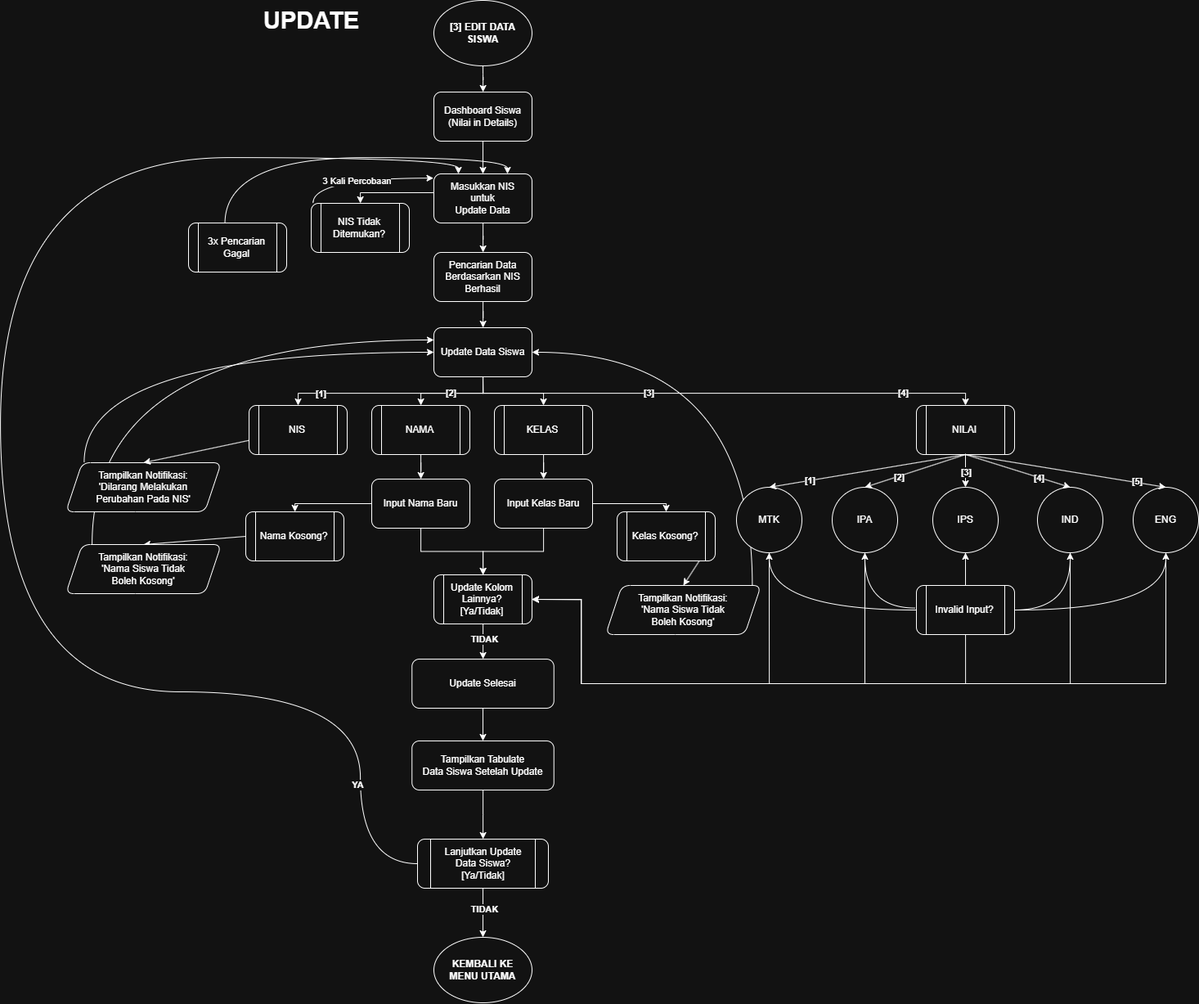
bonifasiusx/capstone-python-crud keeps this draw.io diagram as flowcharts/UPDATE_flowchart.png. Above is the earlier version. Source tidied: cells renumbered, new cells last; positions are measured from the earlier drawing's top-left corner, leaving out a move shared by most shapes.
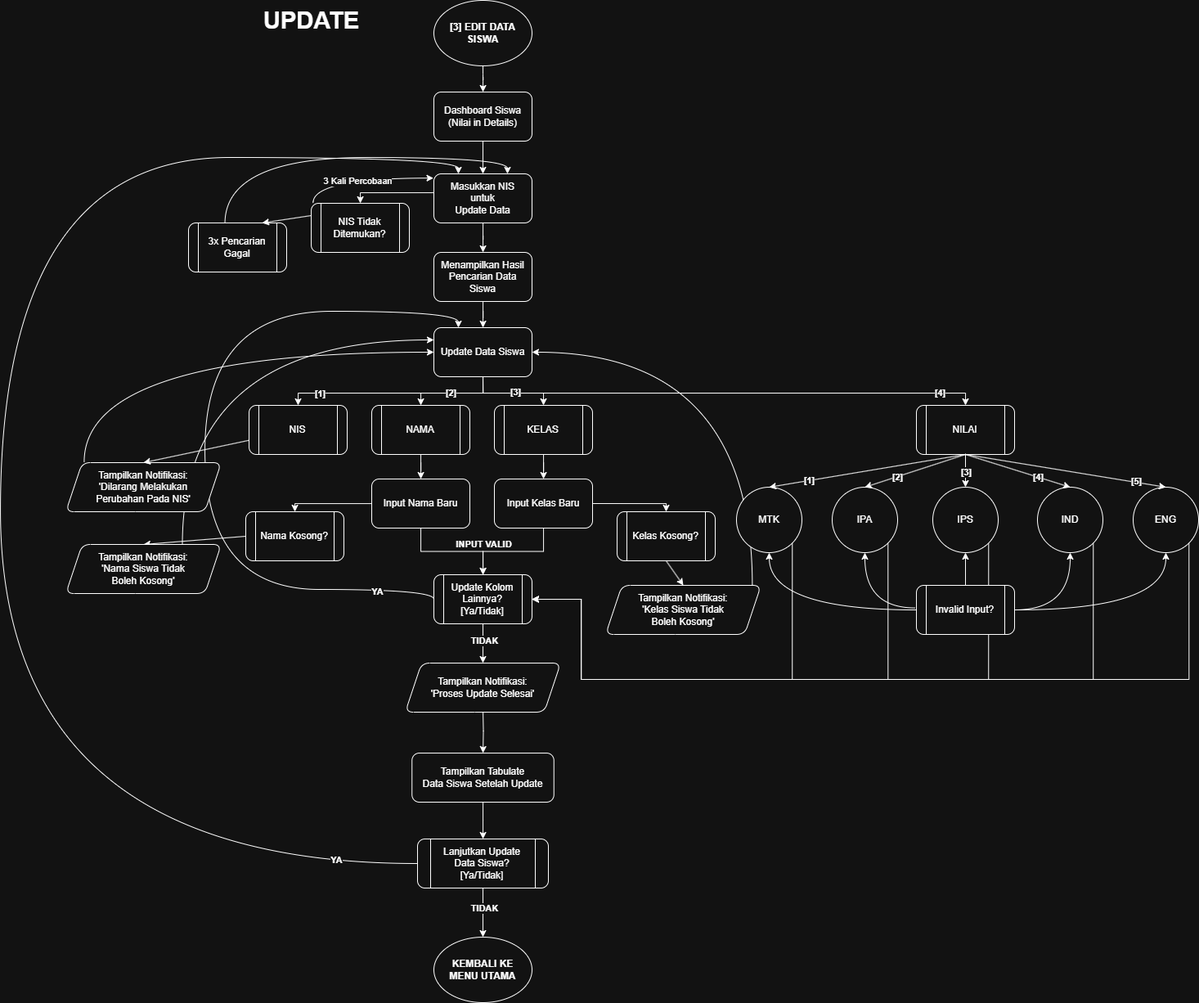
After the change.

The edit, as a diff of the source:
```diff
@@ -2,16 +2,29 @@
   <root>
     <mxCell id="0" />
     <mxCell id="1" parent="0" />
+    <mxCell id="88" style="rounded=0;jettySize=auto;html=1;entryX=0.25;entryY=0;entryDx=0;entryDy=0;exitX=0;exitY=0.5;exitDx=0;exitDy=0;edgeStyle=orthogonalEdgeStyle;curved=1;" parent="1" edge="1" source="46" target="20">
+      <mxGeometry relative="1" as="geometry">
+        <Array as="points">
+          <mxPoint x="530" y="720" />
+          <mxPoint x="250" y="720" />
+          <mxPoint x="250" y="380" />
+          <mxPoint x="560" y="380" />
+        </Array>
+      </mxGeometry>
+    </mxCell>
+    <mxCell id="89" value="&lt;b&gt;YA&lt;/b&gt;" style="edgeLabel;html=1;align=center;verticalAlign=middle;" parent="88" vertex="1">
+      <mxGeometry x="-0.83" y="2" relative="1" as="geometry" />
+    </mxCell>
-    <mxCell id="2" style="rounded=0;jettySize=auto;html=1;entryX=1;entryY=0.5;entryDx=0;entryDy=0;exitX=0.5;exitY=1;exitDx=0;exitDy=0;edgeStyle=orthogonalEdgeStyle;" parent="1" edge="1" source="60" target="46">
+    <mxCell id="2" style="rounded=0;jettySize=auto;html=1;entryX=1;entryY=0.5;entryDx=0;entryDy=0;exitX=1;exitY=1;exitDx=0;exitDy=0;edgeStyle=orthogonalEdgeStyle;" parent="1" edge="1" source="60" target="46">
       <mxGeometry relative="1" as="geometry">
         <Array as="points">
-          <mxPoint x="1180" y="835" />
-          <mxPoint x="710" y="835" />
+          <mxPoint x="1208" y="830" />
+          <mxPoint x="710" y="830" />
           <mxPoint x="710" y="732" />
         </Array>
       </mxGeometry>
     </mxCell>
-    <mxCell id="3" style="rounded=0;jettySize=auto;html=1;entryX=0;entryY=0.25;entryDx=0;entryDy=0;exitX=0.169;exitY=-0.004;exitDx=0;exitDy=0;edgeStyle=orthogonalEdgeStyle;curved=1;exitPerimeter=0;" parent="1" edge="1" source="49" target="20">
+    <mxCell id="3" style="rounded=0;jettySize=auto;html=1;entryX=0;entryY=0.25;entryDx=0;entryDy=0;exitX=0.75;exitY=0;exitDx=0;exitDy=0;edgeStyle=orthogonalEdgeStyle;curved=1;" parent="1" edge="1" source="49" target="20">
       <mxGeometry relative="1" as="geometry" />
     </mxCell>
     <mxCell id="4" style="edgeStyle=orthogonalEdgeStyle;rounded=1;jettySize=auto;html=1;" parent="1" edge="1" source="5" target="8">
@@ -62,7 +75,7 @@
     <mxCell id="17" style="edgeStyle=orthogonalEdgeStyle;rounded=0;jettySize=auto;html=1;" parent="1" edge="1" source="18" target="20">
       <mxGeometry relative="1" as="geometry" />
     </mxCell>
-    <mxCell id="18" value="Pencarian Data Berdasarkan NIS Berhasil" style="rounded=1;html=1;whiteSpace=wrap;" parent="1" vertex="1">
+    <mxCell id="18" value="Menampilkan Hasil Pencarian Data Siswa" style="rounded=1;html=1;whiteSpace=wrap;" parent="1" vertex="1">
       <mxGeometry x="530" y="308" width="120" height="60" as="geometry" />
     </mxCell>
     <mxCell id="19" style="edgeStyle=orthogonalEdgeStyle;rounded=0;jettySize=auto;html=1;" parent="1" edge="1" source="20" target="24">
@@ -112,11 +125,13 @@
       </mxGeometry>
     </mxCell>
     <mxCell id="32" value="&lt;b&gt;[4]&lt;/b&gt;" style="edgeLabel;html=1;align=center;verticalAlign=middle;" parent="31" vertex="1">
-      <mxGeometry x="0.7" y="1" relative="1" as="geometry" />
+      <mxGeometry x="0.7" y="1" relative="1" as="geometry">
+        <mxPoint x="46" as="offset" />
+      </mxGeometry>
     </mxCell>
     <mxCell id="33" value="&lt;b&gt;[3]&lt;/b&gt;" style="edgeLabel;html=1;align=center;verticalAlign=middle;" parent="31" vertex="1">
       <mxGeometry x="-0.12" y="1" relative="1" as="geometry">
-        <mxPoint x="-54" as="offset" />
+        <mxPoint x="-215" y="-1" as="offset" />
       </mxGeometry>
     </mxCell>
     <mxCell id="34" style="edgeStyle=orthogonalEdgeStyle;rounded=0;jettySize=auto;html=1;exitX=0.5;exitY=1;exitDx=0;exitDy=0;entryX=0.5;entryY=0;entryDx=0;entryDy=0;" parent="1" edge="1" source="20" target="26">
@@ -143,6 +158,11 @@
     <mxCell id="38" style="edgeStyle=orthogonalEdgeStyle;rounded=0;jettySize=auto;html=1;" parent="1" edge="1" source="40" target="46">
       <mxGeometry relative="1" as="geometry" />
     </mxCell>
+    <mxCell id="90" value="&lt;b&gt;INPUT VALID&lt;/b&gt;" style="edgeLabel;html=1;align=center;verticalAlign=middle;" parent="38" vertex="1">
+      <mxGeometry x="0.11" y="2" relative="1" as="geometry">
+        <mxPoint x="31" y="-7" as="offset" />
+      </mxGeometry>
+    </mxCell>
     <mxCell id="39" style="edgeStyle=orthogonalEdgeStyle;rounded=0;jettySize=auto;html=1;" parent="1" edge="1" source="40" target="48">
       <mxGeometry relative="1" as="geometry">
         <Array as="points">
@@ -166,7 +186,7 @@
     <mxCell id="43" value="Input Kelas Baru" style="rounded=1;html=1;whiteSpace=wrap;" parent="1" vertex="1">
       <mxGeometry x="604" y="585" width="120" height="60" as="geometry" />
     </mxCell>
-    <mxCell id="44" style="edgeStyle=orthogonalEdgeStyle;rounded=0;jettySize=auto;html=1;" parent="1" edge="1" source="46" target="55">
+    <mxCell id="44" style="rounded=0;jettySize=auto;html=1;entryX=0.5;entryY=0;entryDx=0;entryDy=0;" parent="1" edge="1" source="46" target="92">
       <mxGeometry relative="1" as="geometry" />
     </mxCell>
     <mxCell id="45" value="&lt;b&gt;TIDAK&lt;/b&gt;" style="edgeLabel;html=1;align=center;verticalAlign=middle;" parent="44" vertex="1">
@@ -184,29 +204,28 @@
     <mxCell id="49" value="Tampilkan Notifikasi:&lt;div&gt;'Nama Siswa Tidak&lt;/div&gt;&lt;div&gt;Boleh Kosong&lt;span style=&quot;background-color: transparent; color: light-dark(rgb(0, 0, 0), rgb(255, 255, 255));&quot;&gt;'&lt;/span&gt;&lt;/div&gt;" style="shape=parallelogram;perimeter=parallelogramPerimeter;html=1;fixedSize=1;rounded=1;whiteSpace=wrap;" parent="1" vertex="1">
       <mxGeometry x="80" y="665" width="190" height="60" as="geometry" />
     </mxCell>
-    <mxCell id="50" style="rounded=0;jettySize=auto;html=1;exitX=1;exitY=0.5;exitDx=0;exitDy=0;entryX=0.5;entryY=0;entryDx=0;entryDy=0;" parent="1" edge="1" source="51" target="52">
+    <mxCell id="50" style="rounded=0;jettySize=auto;html=1;exitX=0.5;exitY=1;exitDx=0;exitDy=0;entryX=0.5;entryY=0;entryDx=0;entryDy=0;" parent="1" edge="1" source="51" target="52">
       <mxGeometry relative="1" as="geometry" />
     </mxCell>
     <mxCell id="51" value="Kelas Kosong?" style="shape=process;html=1;backgroundOutline=1;rounded=1;whiteSpace=wrap;" parent="1" vertex="1">
       <mxGeometry x="754" y="625" width="120" height="60" as="geometry" />
     </mxCell>
-    <mxCell id="52" value="Tampilkan Notifikasi:&lt;div&gt;'Nama Siswa Tidak&lt;/div&gt;&lt;div&gt;Boleh Kosong&lt;span style=&quot;background-color: transparent; color: light-dark(rgb(0, 0, 0), rgb(255, 255, 255));&quot;&gt;'&lt;/span&gt;&lt;/div&gt;" style="shape=parallelogram;perimeter=parallelogramPerimeter;html=1;fixedSize=1;rounded=1;whiteSpace=wrap;" parent="1" vertex="1">
+    <mxCell id="52" value="Tampilkan Notifikasi:&lt;div&gt;'Kelas Siswa Tidak&lt;/div&gt;&lt;div&gt;Boleh Kosong&lt;span style=&quot;background-color: transparent; color: light-dark(rgb(0, 0, 0), rgb(255, 255, 255));&quot;&gt;'&lt;/span&gt;&lt;/div&gt;" style="shape=parallelogram;perimeter=parallelogramPerimeter;html=1;fixedSize=1;rounded=1;whiteSpace=wrap;" parent="1" vertex="1">
       <mxGeometry x="740" y="715" width="190" height="60" as="geometry" />
     </mxCell>
     <mxCell id="53" style="rounded=0;jettySize=auto;html=1;entryX=1;entryY=0.5;entryDx=0;entryDy=0;exitX=0.944;exitY=0.007;exitDx=0;exitDy=0;edgeStyle=orthogonalEdgeStyle;curved=1;exitPerimeter=0;" parent="1" edge="1" source="52" target="20">
       <mxGeometry relative="1" as="geometry" />
     </mxCell>
-    <mxCell id="54" style="edgeStyle=orthogonalEdgeStyle;rounded=0;jettySize=auto;html=1;" parent="1" edge="1" source="55" target="57">
-      <mxGeometry relative="1" as="geometry" />
+    <mxCell id="54" style="edgeStyle=orthogonalEdgeStyle;rounded=0;jettySize=auto;html=1;" parent="1" edge="1" target="57">
+      <mxGeometry relative="1" as="geometry">
+        <mxPoint x="590" y="865" as="sourcePoint" />
+      </mxGeometry>
     </mxCell>
-    <mxCell id="55" value="Update Selesai&lt;span style=&quot;color: rgba(0, 0, 0, 0); font-family: monospace; font-size: 0px; text-align: start; text-wrap-mode: nowrap;&quot;&gt;%3CmxGraphModel%3E%3Croot%3E%3CmxCell%20id%3D%220%22%2F%3E%3CmxCell%20id%3D%221%22%20parent%3D%220%22%2F%3E%3CmxCell%20id%3D%222%22%20value%3D%22Tampilkan%20Tabulate%26lt%3Bdiv%26gt%3BData%20Siswa%20Terbaru%26lt%3B%2Fdiv%26gt%3B%22%20style%3D%22html%3D1%3Brounded%3D1%3BwhiteSpace%3Dwrap%3B%22%20vertex%3D%221%22%20parent%3D%221%22%3E%3CmxGeometry%20x%3D%22486.5%22%20y%3D%22997%22%20width%3D%22173.5%22%20height%3D%2260%22%20as%3D%22geometry%22%2F%3E%3C%2FmxCell%3E%3C%2Froot%3E%3C%2FmxGraphModel%3E&lt;/span&gt;" style="html=1;rounded=1;whiteSpace=wrap;" parent="1" vertex="1">
-      <mxGeometry x="503.2" y="805" width="173.5" height="60" as="geometry" />
-    </mxCell>
     <mxCell id="56" style="edgeStyle=orthogonalEdgeStyle;rounded=0;jettySize=auto;html=1;" parent="1" edge="1" source="57" target="83">
       <mxGeometry relative="1" as="geometry" />
     </mxCell>
     <mxCell id="57" value="Tampilkan Tabulate&lt;div&gt;Data Siswa Setelah Update&lt;/div&gt;" style="html=1;rounded=1;whiteSpace=wrap;" parent="1" vertex="1">
-      <mxGeometry x="503.2" y="905" width="173.5" height="60" as="geometry" />
+      <mxGeometry x="503.2" y="920" width="173.5" height="60" as="geometry" />
     </mxCell>
     <mxCell id="58" value="MTK" style="ellipse;whiteSpace=wrap;html=1;" parent="1" vertex="1">
       <mxGeometry x="900" y="595" width="80" height="80" as="geometry" />
@@ -271,38 +290,38 @@
     <mxCell id="76" style="edgeStyle=orthogonalEdgeStyle;rounded=0;jettySize=auto;html=1;entryX=0.5;entryY=1;entryDx=0;entryDy=0;exitX=1;exitY=0.5;exitDx=0;exitDy=0;curved=1;" parent="1" edge="1" source="72" target="62">
       <mxGeometry relative="1" as="geometry" />
     </mxCell>
-    <mxCell id="77" style="rounded=0;jettySize=auto;html=1;entryX=1;entryY=0.5;entryDx=0;entryDy=0;exitX=0.5;exitY=1;exitDx=0;exitDy=0;edgeStyle=orthogonalEdgeStyle;" parent="1" edge="1" source="59" target="46">
+    <mxCell id="77" style="rounded=0;jettySize=auto;html=1;entryX=1;entryY=0.5;entryDx=0;entryDy=0;exitX=1;exitY=1;exitDx=0;exitDy=0;edgeStyle=orthogonalEdgeStyle;" parent="1" edge="1" source="59" target="46">
       <mxGeometry relative="1" as="geometry">
         <Array as="points">
-          <mxPoint x="1057" y="835" />
-          <mxPoint x="710" y="835" />
+          <mxPoint x="1085" y="830" />
+          <mxPoint x="710" y="830" />
           <mxPoint x="710" y="732" />
         </Array>
       </mxGeometry>
     </mxCell>
-    <mxCell id="78" style="rounded=0;jettySize=auto;html=1;exitX=0.5;exitY=1;exitDx=0;exitDy=0;entryX=1;entryY=0.5;entryDx=0;entryDy=0;edgeStyle=orthogonalEdgeStyle;" parent="1" edge="1" source="58" target="46">
+    <mxCell id="78" style="rounded=0;jettySize=auto;html=1;exitX=1;exitY=1;exitDx=0;exitDy=0;entryX=1;entryY=0.5;entryDx=0;entryDy=0;edgeStyle=orthogonalEdgeStyle;" parent="1" edge="1" source="58" target="46">
       <mxGeometry relative="1" as="geometry">
         <Array as="points">
-          <mxPoint x="940" y="835" />
-          <mxPoint x="710" y="835" />
+          <mxPoint x="968" y="830" />
+          <mxPoint x="710" y="830" />
           <mxPoint x="710" y="732" />
         </Array>
       </mxGeometry>
     </mxCell>
-    <mxCell id="79" style="rounded=0;jettySize=auto;html=1;entryX=1;entryY=0.5;entryDx=0;entryDy=0;exitX=0.5;exitY=1;exitDx=0;exitDy=0;edgeStyle=orthogonalEdgeStyle;" parent="1" edge="1" source="61" target="46">
+    <mxCell id="79" style="rounded=0;jettySize=auto;html=1;entryX=1;entryY=0.5;entryDx=0;entryDy=0;exitX=1;exitY=1;exitDx=0;exitDy=0;edgeStyle=orthogonalEdgeStyle;" parent="1" edge="1" source="61" target="46">
       <mxGeometry relative="1" as="geometry">
         <Array as="points">
-          <mxPoint x="1308" y="835" />
-          <mxPoint x="710" y="835" />
+          <mxPoint x="1336" y="830" />
+          <mxPoint x="710" y="830" />
           <mxPoint x="710" y="732" />
         </Array>
       </mxGeometry>
     </mxCell>
-    <mxCell id="80" style="rounded=0;jettySize=auto;html=1;entryX=1;entryY=0.5;entryDx=0;entryDy=0;exitX=0.5;exitY=1;exitDx=0;exitDy=0;edgeStyle=orthogonalEdgeStyle;" parent="1" edge="1" source="62" target="46">
+    <mxCell id="80" style="rounded=0;jettySize=auto;html=1;entryX=1;entryY=0.5;entryDx=0;entryDy=0;exitX=1;exitY=1;exitDx=0;exitDy=0;edgeStyle=orthogonalEdgeStyle;" parent="1" edge="1" source="62" target="46">
       <mxGeometry relative="1" as="geometry">
         <Array as="points">
-          <mxPoint x="1425" y="835" />
-          <mxPoint x="710" y="835" />
+          <mxPoint x="1453" y="830" />
+          <mxPoint x="710" y="830" />
           <mxPoint x="710" y="732" />
         </Array>
       </mxGeometry>
@@ -319,16 +338,16 @@
     <mxCell id="84" style="rounded=0;jettySize=auto;html=1;entryX=0.25;entryY=0;entryDx=0;entryDy=0;exitX=0;exitY=0.5;exitDx=0;exitDy=0;edgeStyle=orthogonalEdgeStyle;curved=1;" parent="1" edge="1" source="83" target="12">
       <mxGeometry relative="1" as="geometry">
         <Array as="points">
-          <mxPoint x="440" y="1055" />
-          <mxPoint x="440" y="845" />
-          <mxPoint y="845" />
+          <mxPoint y="1055" />
           <mxPoint y="192" />
           <mxPoint x="560" y="192" />
         </Array>
       </mxGeometry>
     </mxCell>
     <mxCell id="85" value="&lt;b&gt;YA&lt;/b&gt;" style="edgeLabel;html=1;align=center;verticalAlign=middle;" parent="84" vertex="1">
-      <mxGeometry x="-0.83" y="4" relative="1" as="geometry" />
+      <mxGeometry x="-0.83" y="4" relative="1" as="geometry">
+        <mxPoint x="68" y="-9" as="offset" />
+      </mxGeometry>
     </mxCell>
     <mxCell id="86" value="&lt;b&gt;KEMBALI KE&lt;/b&gt;&lt;div&gt;&lt;b style=&quot;background-color: transparent; color: light-dark(rgb(0, 0, 0), rgb(255, 255, 255));&quot;&gt;MENU UTAMA&lt;/b&gt;&lt;/div&gt;" style="ellipse;html=1;rounded=1;whiteSpace=wrap;" parent="1" vertex="1">
       <mxGeometry x="530" y="1145" width="120" height="80" as="geometry" />
@@ -336,5 +355,11 @@
     <mxCell id="87" style="rounded=0;jettySize=auto;html=1;entryX=0.75;entryY=0;entryDx=0;entryDy=0;edgeStyle=orthogonalEdgeStyle;curved=1;exitX=0.371;exitY=0.014;exitDx=0;exitDy=0;exitPerimeter=0;" parent="1" edge="1" source="14" target="12">
       <mxGeometry relative="1" as="geometry" />
     </mxCell>
+    <mxCell id="91" style="rounded=0;jettySize=auto;html=1;entryX=0.75;entryY=0;entryDx=0;entryDy=0;exitX=0;exitY=0.25;exitDx=0;exitDy=0;" parent="1" edge="1" source="13" target="14">
+      <mxGeometry relative="1" as="geometry" />
+    </mxCell>
+    <mxCell id="92" value="Tampilkan Notifikasi:&lt;div&gt;'Proses Update Selesai&lt;span style=&quot;background-color: transparent; color: light-dark(rgb(0, 0, 0), rgb(255, 255, 255));&quot;&gt;'&lt;/span&gt;&lt;/div&gt;" style="shape=parallelogram;perimeter=parallelogramPerimeter;html=1;fixedSize=1;rounded=1;whiteSpace=wrap;" parent="1" vertex="1">
+      <mxGeometry x="495" y="810" width="190" height="60" as="geometry" />
+    </mxCell>
   </root>
 </mxGraphModel>
```
